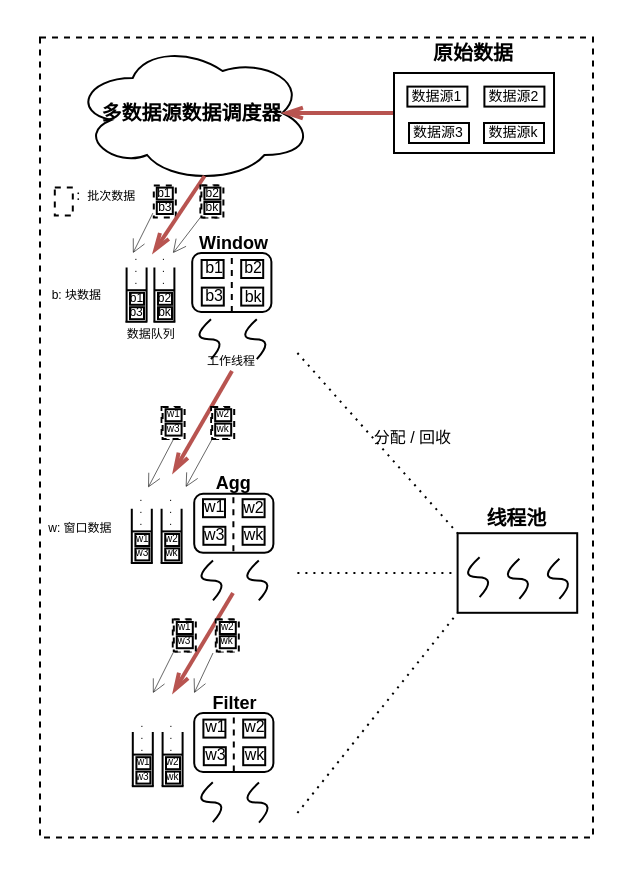
LLThomas/LLThomas keeps this draw.io diagram as Untitled Diagram.drawio. Above is the earlier version. Source tidied: cells renumbered, new cells numbered last; positions are measured from the earlier drawing's top-left corner, leaving out a move shared by most shapes. Both pictures are drawn from the tidied source at 200%, with x=0, y=0 at pixel (32, 32).
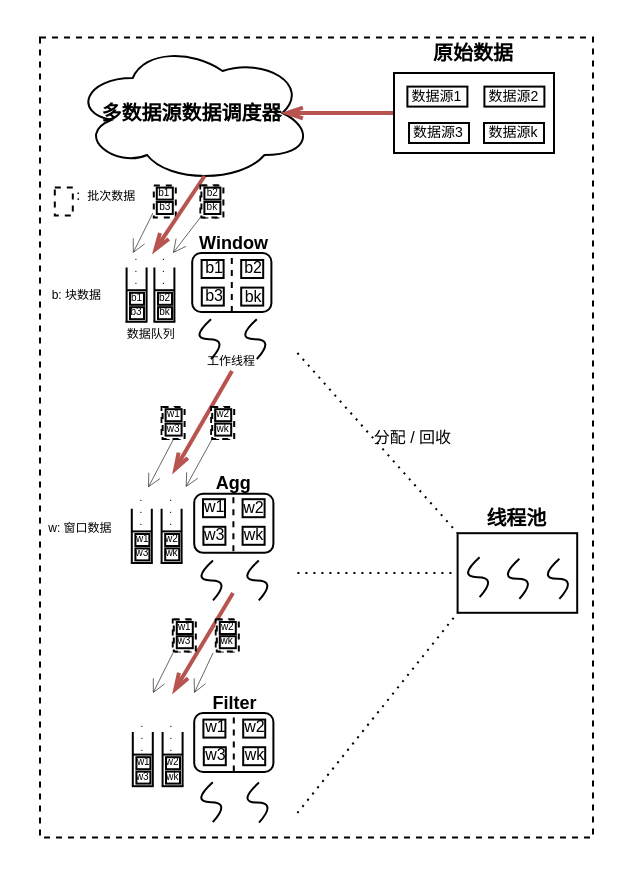
Above is the later version.

The edit, as a diff of the source:
```diff
@@
-    <mxCell id="19" value="b1" style="text;strokeColor=none;fillColor=none;align=center;verticalAlign=middle;rounded=0;fontSize=6;" parent="1" vertex="1">
+    <mxCell id="19" value="b1" style="text;strokeColor=none;fillColor=none;align=center;verticalAlign=middle;rounded=0;fontSize=5;" parent="1" vertex="1">
       <mxGeometry x="48" y="129.9" width="8.5" height="6" as="geometry" />
     </mxCell>
@@
-    <mxCell id="50" value="b3" style="text;strokeColor=none;fillColor=none;align=center;verticalAlign=middle;rounded=0;fontSize=6;" parent="1" vertex="1">
+    <mxCell id="50" value="b3" style="text;strokeColor=none;fillColor=none;align=center;verticalAlign=middle;rounded=0;fontSize=5;" parent="1" vertex="1">
       <mxGeometry x="47.8" y="137.1" width="8.5" height="6" as="geometry" />
     </mxCell>
@@
-    <mxCell id="53" value="b2" style="text;strokeColor=none;fillColor=none;align=center;verticalAlign=middle;rounded=0;fontSize=6;" parent="1" vertex="1">
+    <mxCell id="53" value="b2" style="text;strokeColor=none;fillColor=none;align=center;verticalAlign=middle;rounded=0;fontSize=5;" parent="1" vertex="1">
       <mxGeometry x="62" y="129.9" width="8.5" height="6" as="geometry" />
     </mxCell>
@@
-    <mxCell id="58" value="bk" style="text;strokeColor=none;fillColor=none;align=center;verticalAlign=middle;rounded=0;fontSize=6;" parent="1" vertex="1">
+    <mxCell id="58" value="bk" style="text;strokeColor=none;fillColor=none;align=center;verticalAlign=middle;rounded=0;fontSize=5;" parent="1" vertex="1">
       <mxGeometry x="62" y="137.1" width="8.5" height="6" as="geometry" />
     </mxCell>
@@
-    <mxCell id="60" value="b1" style="text;strokeColor=none;fillColor=none;align=center;verticalAlign=middle;rounded=0;fontSize=6;" parent="1" vertex="1">
+    <mxCell id="60" value="b1" style="text;strokeColor=none;fillColor=none;align=center;verticalAlign=middle;rounded=0;fontSize=5;" parent="1" vertex="1">
       <mxGeometry x="61.7" y="77.3" width="8.5" height="6" as="geometry" />
     </mxCell>
@@
-    <mxCell id="62" value="b3" style="text;strokeColor=none;fillColor=none;align=center;verticalAlign=middle;rounded=0;fontSize=6;" parent="1" vertex="1">
+    <mxCell id="62" value="b3" style="text;strokeColor=none;fillColor=none;align=center;verticalAlign=middle;rounded=0;fontSize=5;" parent="1" vertex="1">
       <mxGeometry x="62.2" y="84.5" width="8.5" height="6" as="geometry" />
     </mxCell>
@@
-    <mxCell id="79" value="b2" style="text;strokeColor=none;fillColor=none;align=center;verticalAlign=middle;rounded=0;fontSize=6;" parent="1" vertex="1">
+    <mxCell id="79" value="b2" style="text;strokeColor=none;fillColor=none;align=center;verticalAlign=middle;rounded=0;fontSize=5;" parent="1" vertex="1">
       <mxGeometry x="85.9" y="77.3" width="8.5" height="6" as="geometry" />
     </mxCell>
@@
-    <mxCell id="81" value="bk" style="text;strokeColor=none;fillColor=none;align=center;verticalAlign=middle;rounded=0;fontSize=6;" parent="1" vertex="1">
+    <mxCell id="81" value="bk" style="text;strokeColor=none;fillColor=none;align=center;verticalAlign=middle;rounded=0;fontSize=5;" parent="1" vertex="1">
       <mxGeometry x="85.7" y="84.5" width="8.5" height="6" as="geometry" />
     </mxCell>
```
